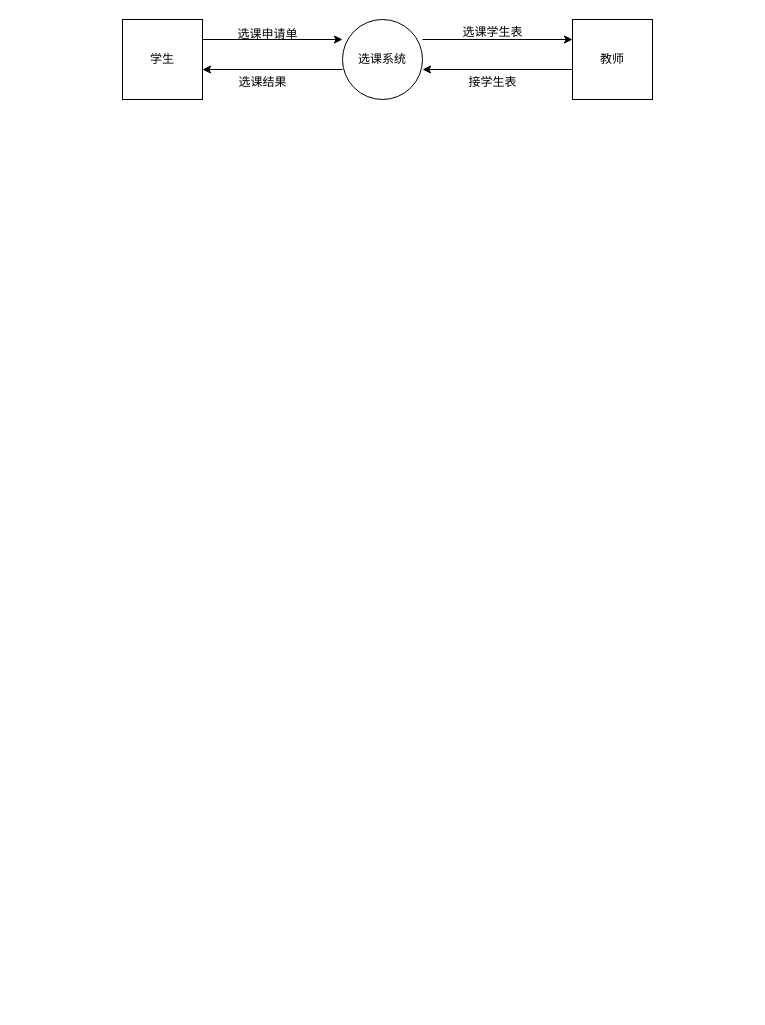
goodname01/0827 keeps this draw.io diagram as 数据流图.drawio. Above is the earlier version. Source tidied: cells renumbered, new cells numbered last; positions are measured from the earlier drawing's top-left corner, leaving out a move shared by most shapes. Both pictures are drawn from the tidied source at 100%, with x=0, y=0 at pixel (122, 17).
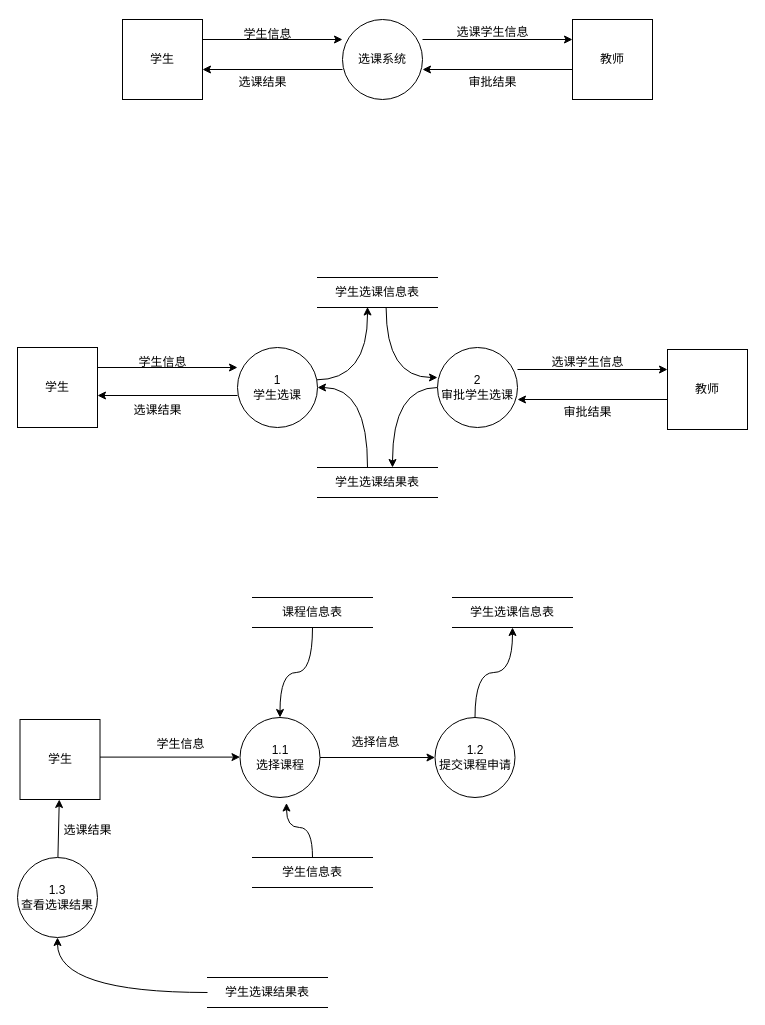
The same page after the edit.

Commit message:
更新数据流图.drawio

What changed in the source:
```diff
@@
-    <mxCell id="9" value="选课申请单" style="text;html=1;align=center;verticalAlign=middle;strokeColor=none;fillColor=none;" parent="1" vertex="1">
-      <mxGeometry x="105" y="2" width="80" height="30" as="geometry" />
+    <mxCell id="9" value="学生信息" style="text;html=1;align=center;verticalAlign=middle;strokeColor=none;fillColor=none;" parent="1" vertex="1">
+      <mxGeometry x="110" y="2" width="70" height="30" as="geometry" />
     </mxCell>
@@
-    <mxCell id="11" value="选课学生表" style="text;html=1;align=center;verticalAlign=middle;strokeColor=none;fillColor=none;" parent="1" vertex="1">
-      <mxGeometry x="330" width="80" height="30" as="geometry" />
+    <mxCell id="11" value="选课学生信息" style="text;html=1;align=center;verticalAlign=middle;strokeColor=none;fillColor=none;" parent="1" vertex="1">
+      <mxGeometry x="320" width="100" height="30" as="geometry" />
     </mxCell>
-    <mxCell id="12" value="接学生表" style="text;html=1;align=center;verticalAlign=middle;strokeColor=none;fillColor=none;" parent="1" vertex="1">
+    <mxCell id="12" value="审批结果" style="text;html=1;align=center;verticalAlign=middle;strokeColor=none;fillColor=none;" parent="1" vertex="1">
       <mxGeometry x="335" y="50" width="70" height="30" as="geometry" />
     </mxCell>
+    <mxCell id="13" style="edgeStyle=orthogonalEdgeStyle;rounded=0;orthogonalLoop=1;jettySize=auto;html=1;entryX=0;entryY=0.5;entryDx=0;entryDy=0;" parent="1" edge="1">
+      <mxGeometry relative="1" as="geometry">
+        <mxPoint x="-25" y="350" as="sourcePoint" />
+        <mxPoint x="115" y="350" as="targetPoint" />
+      </mxGeometry>
+    </mxCell>
+    <mxCell id="14" value="学生" style="whiteSpace=wrap;html=1;" parent="1" vertex="1">
+      <mxGeometry x="-105" y="330" width="80" height="80" as="geometry" />
+    </mxCell>
+    <mxCell id="15" style="edgeStyle=orthogonalEdgeStyle;rounded=0;orthogonalLoop=1;jettySize=auto;html=1;entryX=1;entryY=0.5;entryDx=0;entryDy=0;" parent="1" edge="1">
+      <mxGeometry relative="1" as="geometry">
+        <mxPoint x="545" y="382" as="sourcePoint" />
+        <mxPoint x="395" y="382" as="targetPoint" />
+      </mxGeometry>
+    </mxCell>
+    <mxCell id="16" value="教师" style="whiteSpace=wrap;html=1;" parent="1" vertex="1">
+      <mxGeometry x="545" y="332" width="80" height="80" as="geometry" />
+    </mxCell>
+    <mxCell id="17" style="edgeStyle=orthogonalEdgeStyle;rounded=0;orthogonalLoop=1;jettySize=auto;html=1;entryX=0;entryY=0.5;entryDx=0;entryDy=0;" parent="1" edge="1">
+      <mxGeometry relative="1" as="geometry">
+        <mxPoint x="395" y="352" as="sourcePoint" />
+        <mxPoint x="545" y="352" as="targetPoint" />
+      </mxGeometry>
+    </mxCell>
+    <mxCell id="18" value="学生信息" style="text;html=1;align=center;verticalAlign=middle;strokeColor=none;fillColor=none;" parent="1" vertex="1">
+      <mxGeometry x="5" y="330" width="70" height="30" as="geometry" />
+    </mxCell>
+    <mxCell id="19" value="选课结果" style="text;html=1;align=center;verticalAlign=middle;strokeColor=none;fillColor=none;" parent="1" vertex="1">
+      <mxGeometry y="378" width="70" height="30" as="geometry" />
+    </mxCell>
+    <mxCell id="20" value="选课学生信息" style="text;html=1;align=center;verticalAlign=middle;strokeColor=none;fillColor=none;" parent="1" vertex="1">
+      <mxGeometry x="415" y="330" width="100" height="30" as="geometry" />
+    </mxCell>
+    <mxCell id="21" value="审批结果" style="text;html=1;align=center;verticalAlign=middle;strokeColor=none;fillColor=none;" parent="1" vertex="1">
+      <mxGeometry x="430" y="380" width="70" height="30" as="geometry" />
+    </mxCell>
+    <mxCell id="22" style="edgeStyle=orthogonalEdgeStyle;rounded=0;jettySize=auto;html=1;curved=1;exitX=0.978;exitY=0.405;exitDx=0;exitDy=0;exitPerimeter=0;" parent="1" edge="1" source="24">
+      <mxGeometry relative="1" as="geometry">
+        <mxPoint x="245" y="289.5" as="targetPoint" />
+      </mxGeometry>
+    </mxCell>
+    <mxCell id="23" style="edgeStyle=orthogonalEdgeStyle;rounded=0;jettySize=auto;html=1;curved=1;endArrow=none;endFill=0;startArrow=classic;startFill=1;" parent="1" edge="1" source="24">
+      <mxGeometry relative="1" as="geometry">
+        <mxPoint x="245" y="450" as="targetPoint" />
+      </mxGeometry>
+    </mxCell>
+    <mxCell id="24" value="1&lt;br&gt;学生选课" style="ellipse;whiteSpace=wrap;html=1;" parent="1" vertex="1">
+      <mxGeometry x="115" y="330" width="80" height="80" as="geometry" />
+    </mxCell>
+    <mxCell id="25" style="edgeStyle=orthogonalEdgeStyle;rounded=0;jettySize=auto;html=1;startArrow=classic;startFill=1;endArrow=none;endFill=0;curved=1;entryX=0.572;entryY=1.013;entryDx=0;entryDy=0;entryPerimeter=0;" parent="1" edge="1" target="29">
+      <mxGeometry relative="1" as="geometry">
+        <mxPoint x="315" y="360" as="sourcePoint" />
+        <Array as="points">
+          <mxPoint x="264" y="360" />
+        </Array>
+      </mxGeometry>
+    </mxCell>
+    <mxCell id="26" style="edgeStyle=orthogonalEdgeStyle;rounded=0;jettySize=auto;html=1;entryX=0.625;entryY=0;entryDx=0;entryDy=0;entryPerimeter=0;exitX=0;exitY=0.5;exitDx=0;exitDy=0;curved=1;" parent="1" edge="1" source="27" target="30">
+      <mxGeometry relative="1" as="geometry" />
+    </mxCell>
+    <mxCell id="27" value="2&lt;br&gt;审批学生选课" style="ellipse;whiteSpace=wrap;html=1;" parent="1" vertex="1">
+      <mxGeometry x="315" y="330" width="80" height="80" as="geometry" />
+    </mxCell>
+    <mxCell id="28" style="edgeStyle=orthogonalEdgeStyle;rounded=0;orthogonalLoop=1;jettySize=auto;html=1;entryX=1;entryY=0.5;entryDx=0;entryDy=0;" parent="1" edge="1">
+      <mxGeometry relative="1" as="geometry">
+        <mxPoint x="115" y="378" as="sourcePoint" />
+        <mxPoint x="-25" y="378" as="targetPoint" />
+      </mxGeometry>
+    </mxCell>
+    <mxCell id="29" value="学生选课信息表" style="shape=partialRectangle;whiteSpace=wrap;html=1;left=0;right=0;fillColor=none;" parent="1" vertex="1">
+      <mxGeometry x="195" y="260" width="120" height="30" as="geometry" />
+    </mxCell>
+    <mxCell id="30" value="学生选课结果表" style="shape=partialRectangle;whiteSpace=wrap;html=1;left=0;right=0;fillColor=none;" parent="1" vertex="1">
+      <mxGeometry x="195" y="450" width="120" height="30" as="geometry" />
+    </mxCell>
+    <mxCell id="31" style="edgeStyle=orthogonalEdgeStyle;rounded=0;orthogonalLoop=1;jettySize=auto;html=1;entryX=0;entryY=0.5;entryDx=0;entryDy=0;" parent="1" edge="1">
+      <mxGeometry relative="1" as="geometry">
+        <mxPoint x="-22.5" y="739.6" as="sourcePoint" />
+        <mxPoint x="117.5" y="739.6" as="targetPoint" />
+      </mxGeometry>
+    </mxCell>
+    <mxCell id="32" value="学生" style="whiteSpace=wrap;html=1;" parent="1" vertex="1">
+      <mxGeometry x="-102.5" y="702" width="80" height="80" as="geometry" />
+    </mxCell>
+    <mxCell id="33" value="学生信息" style="text;html=1;align=center;verticalAlign=middle;strokeColor=none;fillColor=none;" parent="1" vertex="1">
+      <mxGeometry x="22.5" y="712" width="70" height="30" as="geometry" />
+    </mxCell>
+    <mxCell id="34" style="edgeStyle=orthogonalEdgeStyle;rounded=0;jettySize=auto;html=1;" parent="1" edge="1" source="35" target="37">
+      <mxGeometry relative="1" as="geometry" />
+    </mxCell>
+    <mxCell id="35" value="1.1&lt;br&gt;选择课程" style="ellipse;whiteSpace=wrap;html=1;" parent="1" vertex="1">
+      <mxGeometry x="117.5" y="700" width="80" height="80" as="geometry" />
+    </mxCell>
+    <mxCell id="36" style="edgeStyle=orthogonalEdgeStyle;rounded=0;jettySize=auto;html=1;curved=1;" parent="1" edge="1" source="37" target="39">
+      <mxGeometry relative="1" as="geometry" />
+    </mxCell>
+    <mxCell id="37" value="1.2&lt;br&gt;提交课程申请" style="ellipse;whiteSpace=wrap;html=1;" parent="1" vertex="1">
+      <mxGeometry x="312.5" y="700" width="80" height="80" as="geometry" />
+    </mxCell>
+    <mxCell id="38" value="选择信息" style="text;html=1;align=center;verticalAlign=middle;strokeColor=none;fillColor=none;" parent="1" vertex="1">
+      <mxGeometry x="217.5" y="710" width="70" height="30" as="geometry" />
+    </mxCell>
+    <mxCell id="39" value="学生选课信息表" style="shape=partialRectangle;whiteSpace=wrap;html=1;left=0;right=0;fillColor=none;" parent="1" vertex="1">
+      <mxGeometry x="330" y="580" width="120" height="30" as="geometry" />
+    </mxCell>
+    <mxCell id="40" style="rounded=0;jettySize=auto;html=1;" parent="1" edge="1" source="41" target="32">
+      <mxGeometry relative="1" as="geometry" />
+    </mxCell>
+    <mxCell id="41" value="1.3&lt;br&gt;查看选课结果" style="ellipse;whiteSpace=wrap;html=1;" parent="1" vertex="1">
+      <mxGeometry x="-105" y="840" width="80" height="80" as="geometry" />
+    </mxCell>
+    <mxCell id="42" style="edgeStyle=orthogonalEdgeStyle;rounded=0;jettySize=auto;html=1;entryX=0.5;entryY=1;entryDx=0;entryDy=0;curved=1;" parent="1" edge="1" source="43" target="41">
+      <mxGeometry relative="1" as="geometry" />
+    </mxCell>
+    <mxCell id="43" value="学生选课结果表" style="shape=partialRectangle;whiteSpace=wrap;html=1;left=0;right=0;fillColor=none;" parent="1" vertex="1">
+      <mxGeometry x="85" y="960" width="120" height="30" as="geometry" />
+    </mxCell>
+    <mxCell id="44" value="选课结果" style="text;html=1;align=center;verticalAlign=middle;strokeColor=none;fillColor=none;" parent="1" vertex="1">
+      <mxGeometry x="-70" y="798" width="70" height="30" as="geometry" />
+    </mxCell>
+    <mxCell id="45" style="edgeStyle=orthogonalEdgeStyle;rounded=0;jettySize=auto;html=1;entryX=0.5;entryY=0;entryDx=0;entryDy=0;curved=1;" parent="1" edge="1" source="46" target="35">
+      <mxGeometry relative="1" as="geometry" />
+    </mxCell>
+    <mxCell id="46" value="课程信息表" style="shape=partialRectangle;whiteSpace=wrap;html=1;left=0;right=0;fillColor=none;" parent="1" vertex="1">
+      <mxGeometry x="130" y="580" width="120" height="30" as="geometry" />
+    </mxCell>
+    <mxCell id="47" style="edgeStyle=orthogonalEdgeStyle;rounded=0;jettySize=auto;html=1;entryX=0.581;entryY=1.069;entryDx=0;entryDy=0;entryPerimeter=0;curved=1;" parent="1" edge="1" source="48" target="35">
+      <mxGeometry relative="1" as="geometry" />
+    </mxCell>
+    <mxCell id="48" value="学生信息表" style="shape=partialRectangle;whiteSpace=wrap;html=1;left=0;right=0;fillColor=none;" parent="1" vertex="1">
+      <mxGeometry x="130" y="840" width="120" height="30" as="geometry" />
+    </mxCell>
```
